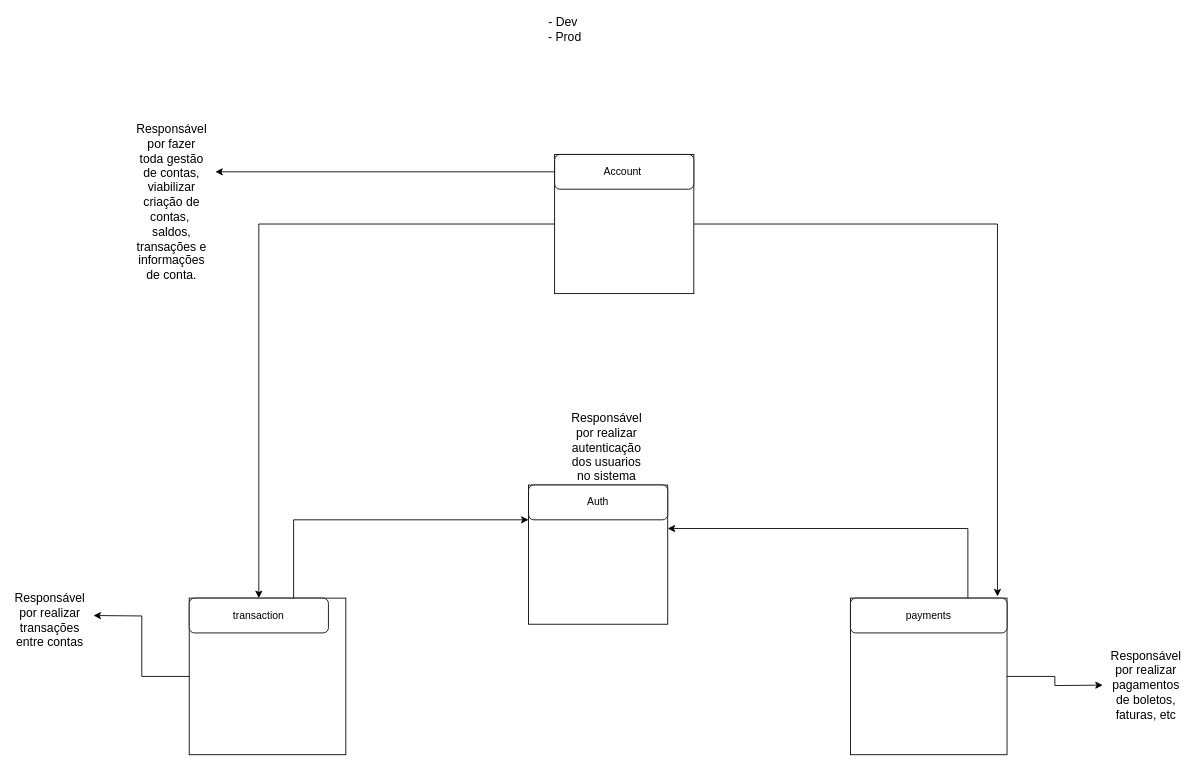
AlefMeira/AlefMeira keeps this draw.io diagram as Untitled Diagram.drawio. Above is the earlier version. Source tidied: cells renumbered, new cells numbered last; positions are measured from the earlier drawing's top-left corner, leaving out a move shared by most shapes. Both pictures are drawn from the tidied source at 87%, with x=0, y=0 at pixel (23, 23).
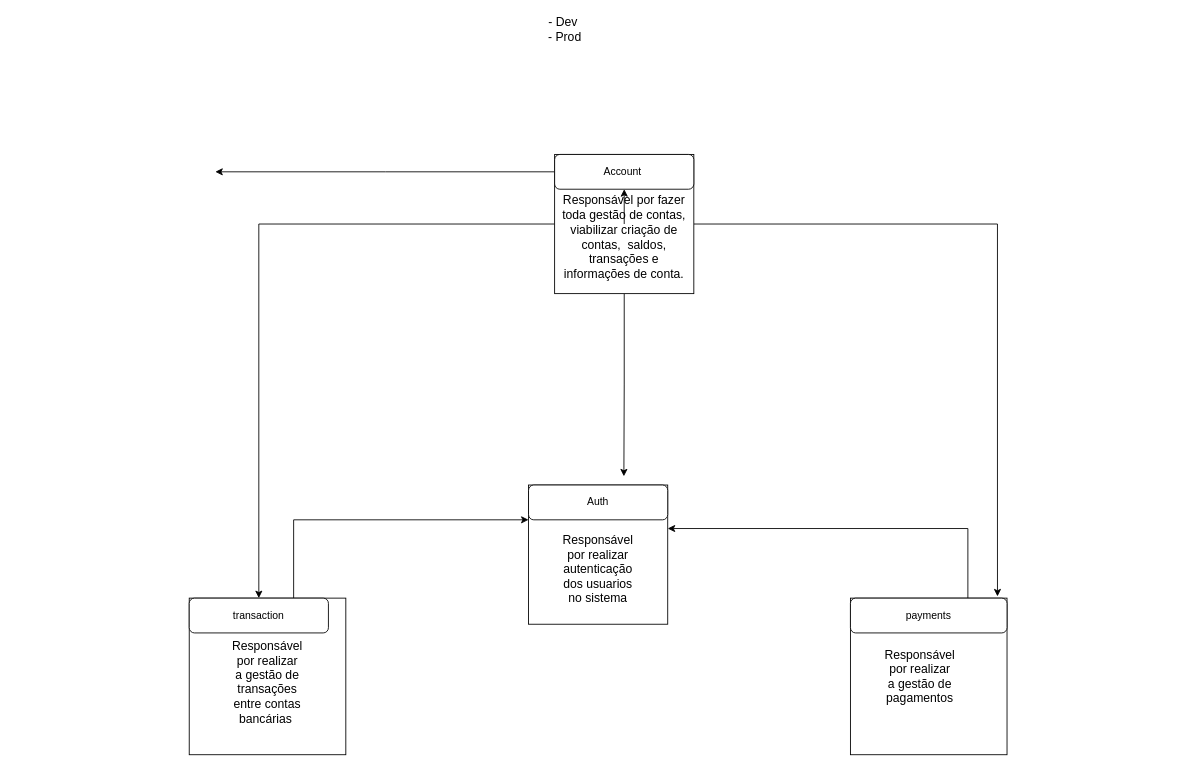
The same diagram, later.

Commit message:
digital back

The change refers to these unchanged cells:
```xml
<mxCell id="4" style="whiteSpace=wrap;html=1;" parent="1" vertex="1">
  <mxGeometry x="610" y="150" width="160" height="160" as="geometry" />
</mxCell>
<mxCell id="6" value="Account&amp;nbsp;" style="rounded=1;whiteSpace=wrap;html=1;" parent="1" vertex="1">
  <mxGeometry x="610" y="150" width="160" height="40" as="geometry" />
</mxCell>
<mxCell id="8" style="whiteSpace=wrap;html=1;" parent="1" vertex="1">
  <mxGeometry x="950" y="660" width="180" height="180" as="geometry" />
</mxCell>
<mxCell id="12" style="whiteSpace=wrap;html=1;" parent="1" vertex="1">
  <mxGeometry x="190" y="660" width="180" height="180" as="geometry" />
</mxCell>
```

What changed in the source:
```diff
@@
+    <mxCell id="22" style="edgeStyle=orthogonalEdgeStyle;rounded=0;jettySize=auto;html=1;exitX=0.5;exitY=1;exitDx=0;exitDy=0;fontSize=14;" parent="1" edge="1" source="4">
+      <mxGeometry relative="1" as="geometry">
+        <mxPoint x="689.6" y="520" as="targetPoint" />
+      </mxGeometry>
+    </mxCell>
@@
-    <mxCell id="7" style="edgeStyle=orthogonalEdgeStyle;rounded=0;jettySize=auto;html=1;exitX=1;exitY=0.5;exitDx=0;exitDy=0;fontSize=14;" parent="1" edge="1" source="8">
-      <mxGeometry relative="1" as="geometry">
-        <mxPoint x="1240" y="760" as="targetPoint" />
-      </mxGeometry>
-    </mxCell>
@@
-    <mxCell id="11" style="edgeStyle=orthogonalEdgeStyle;rounded=0;jettySize=auto;html=1;exitX=0;exitY=0.5;exitDx=0;exitDy=0;fontSize=14;" parent="1" edge="1" source="12">
-      <mxGeometry relative="1" as="geometry">
-        <mxPoint x="80" y="680" as="targetPoint" />
-      </mxGeometry>
-    </mxCell>
@@
+    <mxCell id="23" style="edgeStyle=orthogonalEdgeStyle;rounded=0;jettySize=auto;html=1;fontSize=14;" parent="1" edge="1" source="17" target="6">
+      <mxGeometry relative="1" as="geometry" />
+    </mxCell>
     <mxCell id="17" value="&lt;font style=&quot;font-size: 14px;&quot;&gt;Responsável por fazer toda gestão de contas, viabilizar criação de contas,&amp;nbsp; saldos, transações e informações de conta.&lt;/font&gt;" style="text;html=1;strokeColor=none;fillColor=none;align=center;verticalAlign=middle;whiteSpace=wrap;rounded=0;" parent="1" vertex="1">
-      <mxGeometry x="140" y="190" width="60" height="30" as="geometry" />
+      <mxGeometry x="615" y="230" width="150" height="30" as="geometry" />
     </mxCell>
-    <mxCell id="18" value="&lt;font style=&quot;font-size: 14px;&quot;&gt;Responsável por realizar transações entre contas&lt;/font&gt;" style="text;html=1;strokeColor=none;fillColor=none;align=center;verticalAlign=middle;whiteSpace=wrap;rounded=0;" parent="1" vertex="1">
-      <mxGeometry y="670" width="60" height="30" as="geometry" />
+    <mxCell id="18" value="&lt;font style=&quot;font-size: 14px;&quot;&gt;Responsável por realizar a gestão de transações entre contas bancárias&amp;nbsp;&lt;br&gt;&lt;br&gt;&lt;/font&gt;" style="text;html=1;strokeColor=none;fillColor=none;align=center;verticalAlign=middle;whiteSpace=wrap;rounded=0;" parent="1" vertex="1">
+      <mxGeometry x="250" y="750" width="60" height="30" as="geometry" />
     </mxCell>
-    <mxCell id="19" value="&lt;font style=&quot;font-size: 14px;&quot;&gt;Responsável por realizar pagamentos de boletos, faturas, etc&lt;/font&gt;" style="text;html=1;strokeColor=none;fillColor=none;align=center;verticalAlign=middle;whiteSpace=wrap;rounded=0;" parent="1" vertex="1">
-      <mxGeometry x="1260" y="745" width="60" height="30" as="geometry" />
+    <mxCell id="19" value="&lt;font style=&quot;font-size: 14px;&quot;&gt;Responsável por realizar a gestão de pagamentos&lt;/font&gt;" style="text;html=1;strokeColor=none;fillColor=none;align=center;verticalAlign=middle;whiteSpace=wrap;rounded=0;" parent="1" vertex="1">
+      <mxGeometry x="1000" y="735" width="60" height="30" as="geometry" />
     </mxCell>
     <mxCell id="20" value="&lt;font style=&quot;font-size: 14px;&quot;&gt;Responsável por realizar autenticação dos usuarios no sistema&lt;br&gt;&lt;br&gt;&lt;/font&gt;" style="text;html=1;strokeColor=none;fillColor=none;align=center;verticalAlign=middle;whiteSpace=wrap;rounded=0;" parent="1" vertex="1">
-      <mxGeometry x="640" y="480" width="60" height="30" as="geometry" />
+      <mxGeometry x="630" y="620" width="60" height="30" as="geometry" />
     </mxCell>
```
